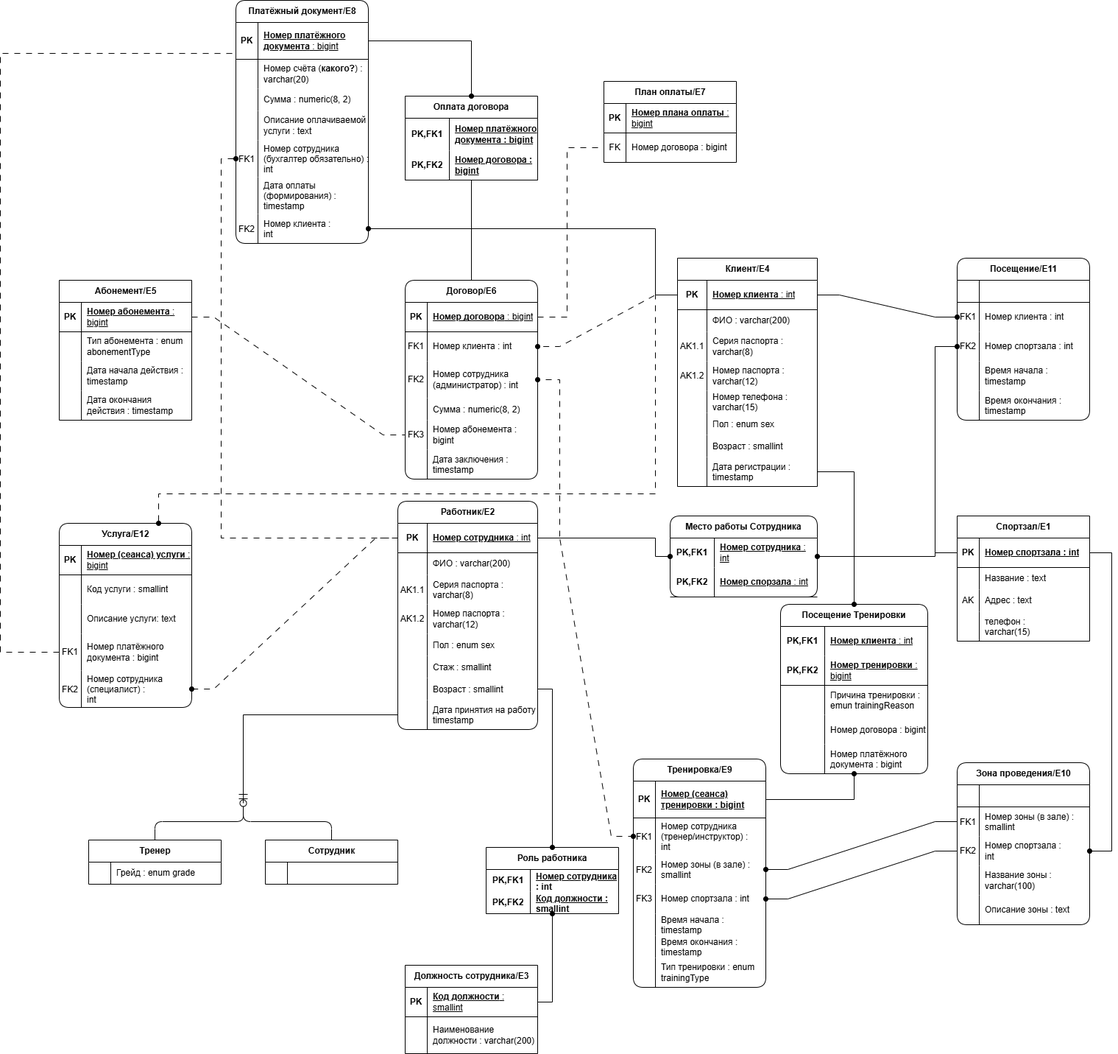
This is FA-diagram.drawio.png from io-nik/bd, a draw.io export, as it was before one commit. Source tidied: cells renumbered, new cells last; positions are measured from the earlier drawing's top-left corner, leaving out a move shared by most shapes.
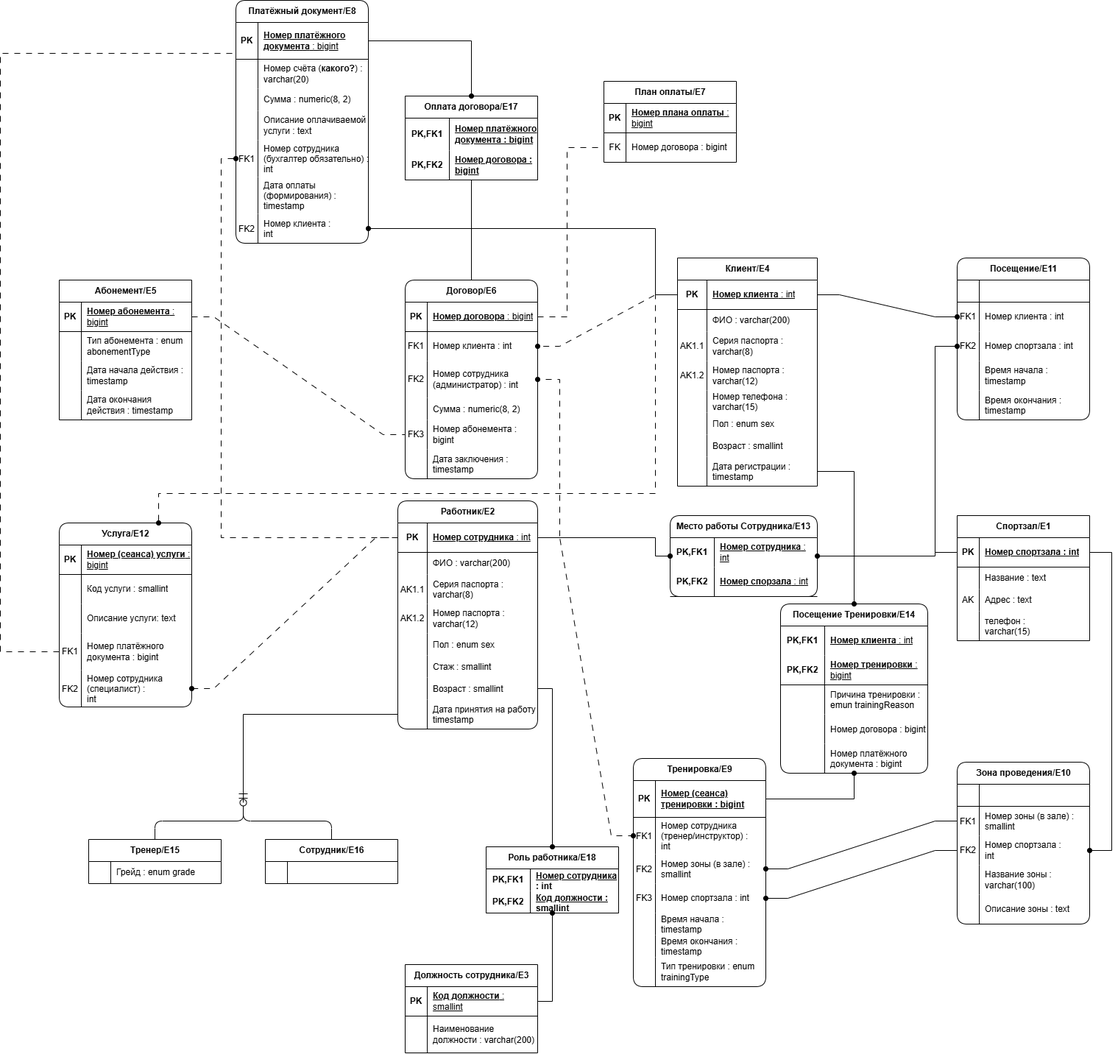
The same diagram one commit later.

Commit message:
Change entity's names

What changed in the source:
```diff
@@ -683,7 +683,7 @@
         </Array>
       </mxGeometry>
     </mxCell>
-    <mxCell id="217" value="Место работы Сотрудника" style="shape=table;startSize=30;rowLines=0;fontStyle=1;align=center;html=1;whiteSpace=wrap;rounded=1;" parent="1" vertex="1">
+    <mxCell id="217" value="Место работы Сотрудника/E13" style="shape=table;startSize=30;rowLines=0;fontStyle=1;align=center;html=1;whiteSpace=wrap;rounded=1;" parent="1" vertex="1">
       <mxGeometry x="910" y="700" width="200" height="110" as="geometry" />
     </mxCell>
     <mxCell id="218" style="shape=tableRow;horizontal=0;startSize=0;swimlaneHead=0;swimlaneBody=0;fillColor=none;top=0;left=0;right=0;bottom=0;html=1;" parent="217" vertex="1">
@@ -704,7 +704,7 @@
     <mxCell id="223" value="Номер спорзала&lt;span style=&quot;font-weight: 400;&quot;&gt;&amp;nbsp;: int&lt;/span&gt;" style="shape=partialRectangle;fillColor=none;top=0;left=0;bottom=0;right=0;align=left;spacingLeft=6;fontStyle=5;overflow=hidden;html=1;whiteSpace=wrap;" parent="221" vertex="1">
       <mxGeometry x="60" width="140" height="40" as="geometry" />
     </mxCell>
-    <mxCell id="224" value="Посещение Тренировки" style="shape=table;startSize=30;rowLines=0;fontStyle=1;align=center;html=1;whiteSpace=wrap;rounded=1;" parent="1" vertex="1">
+    <mxCell id="224" value="Посещение Тренировки/E14" style="shape=table;startSize=30;rowLines=0;fontStyle=1;align=center;html=1;whiteSpace=wrap;rounded=1;" parent="1" vertex="1">
       <mxGeometry x="1060" y="820" width="200" height="230" as="geometry" />
     </mxCell>
     <mxCell id="225" style="shape=tableRow;horizontal=0;startSize=0;swimlaneHead=0;swimlaneBody=0;fillColor=none;top=0;left=0;right=0;bottom=0;html=1;" parent="224" vertex="1">
@@ -806,7 +806,7 @@
         <mxPoint x="330" y="1090" as="targetPoint" />
       </mxGeometry>
     </mxCell>
-    <mxCell id="248" value="Сотрудник" style="shape=table;startSize=30;rowLines=0;fontStyle=1;align=center;html=1;" parent="1" vertex="1">
+    <mxCell id="248" value="Сотрудник/E16" style="shape=table;startSize=30;rowLines=0;fontStyle=1;align=center;html=1;" parent="1" vertex="1">
       <mxGeometry x="360" y="1140" width="180" height="60" as="geometry" />
     </mxCell>
     <mxCell id="249" style="shape=tableRow;horizontal=0;startSize=0;swimlaneHead=0;swimlaneBody=0;fillColor=none;top=0;left=0;right=0;bottom=0;" parent="248" vertex="1">
@@ -818,7 +818,7 @@
     <mxCell id="251" style="shape=partialRectangle;fillColor=none;top=0;left=0;bottom=0;right=0;align=left;spacingLeft=6;overflow=hidden;whiteSpace=wrap;html=1;" parent="249" vertex="1">
       <mxGeometry x="30" width="150" height="30" as="geometry" />
     </mxCell>
-    <mxCell id="252" value="Тренер" style="shape=table;startSize=30;rowLines=0;fontStyle=1;align=center;html=1;" parent="1" vertex="1">
+    <mxCell id="252" value="Тренер/E15" style="shape=table;startSize=30;rowLines=0;fontStyle=1;align=center;html=1;" parent="1" vertex="1">
       <mxGeometry x="120" y="1140" width="180" height="60" as="geometry" />
     </mxCell>
     <mxCell id="253" style="shape=tableRow;horizontal=0;startSize=0;swimlaneHead=0;swimlaneBody=0;fillColor=none;top=0;left=0;right=0;bottom=0;" parent="252" vertex="1">
@@ -830,7 +830,7 @@
     <mxCell id="255" value="Грейд : enum grade" style="shape=partialRectangle;fillColor=none;top=0;left=0;bottom=0;right=0;align=left;spacingLeft=6;overflow=hidden;whiteSpace=wrap;html=1;" parent="253" vertex="1">
       <mxGeometry x="30" width="150" height="30" as="geometry" />
     </mxCell>
-    <mxCell id="256" value="Роль работника" style="shape=table;startSize=30;rowLines=0;fontStyle=1;align=center;html=1;whiteSpace=wrap;" parent="1" vertex="1">
+    <mxCell id="256" value="Роль работника/E18" style="shape=table;startSize=30;rowLines=0;fontStyle=1;align=center;html=1;whiteSpace=wrap;" parent="1" vertex="1">
       <mxGeometry x="660" y="1150" width="180" height="90" as="geometry" />
     </mxCell>
     <mxCell id="257" style="shape=tableRow;horizontal=0;startSize=0;swimlaneHead=0;swimlaneBody=0;fillColor=none;top=0;left=0;right=0;bottom=0;html=1;" parent="256" vertex="1">
@@ -865,7 +865,7 @@
         </Array>
       </mxGeometry>
     </mxCell>
-    <mxCell id="265" value="Оплата договора" style="shape=table;startSize=30;rowLines=0;fontStyle=1;align=center;html=1;whiteSpace=wrap;" parent="1" vertex="1">
+    <mxCell id="265" value="Оплата договора/E17" style="shape=table;startSize=30;rowLines=0;fontStyle=1;align=center;html=1;whiteSpace=wrap;" parent="1" vertex="1">
       <mxGeometry x="550" y="130" width="180" height="114" as="geometry" />
     </mxCell>
     <mxCell id="266" style="shape=tableRow;horizontal=0;startSize=0;swimlaneHead=0;swimlaneBody=0;fillColor=none;top=0;left=0;right=0;bottom=0;html=1;" parent="265" vertex="1">
```
